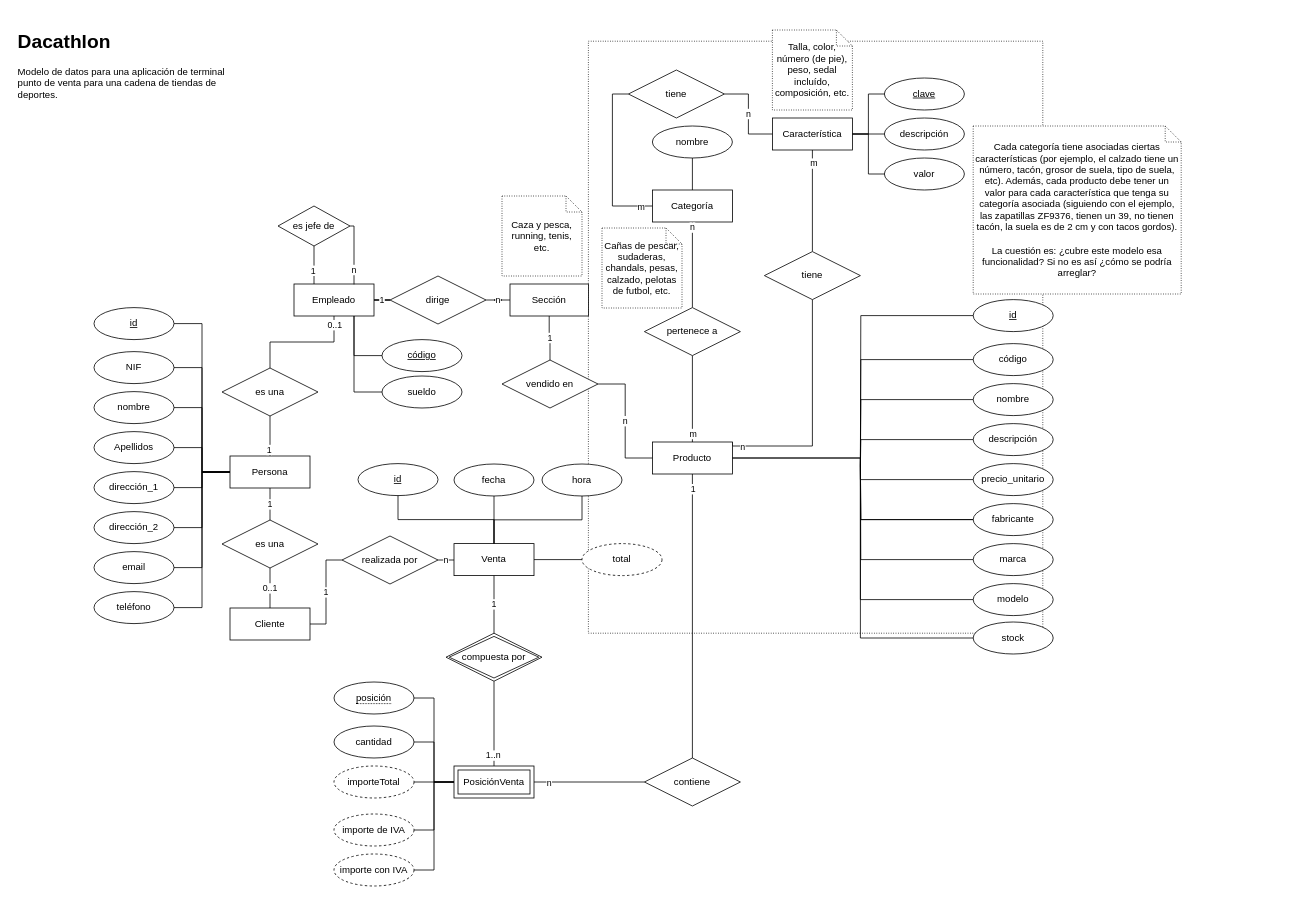
Above: page "Modificado" (2 of 2) of BD/Dacathlon/Dacathlon.drawio in Pattov/clases (draw.io), before the change. Source tidied: cells renumbered, new cells numbered last; positions are measured from the earlier drawing's top-left corner, leaving out a move shared by most shapes. Both pictures are drawn from the tidied source at 80%, with x=0, y=0 at pixel (14, 26).
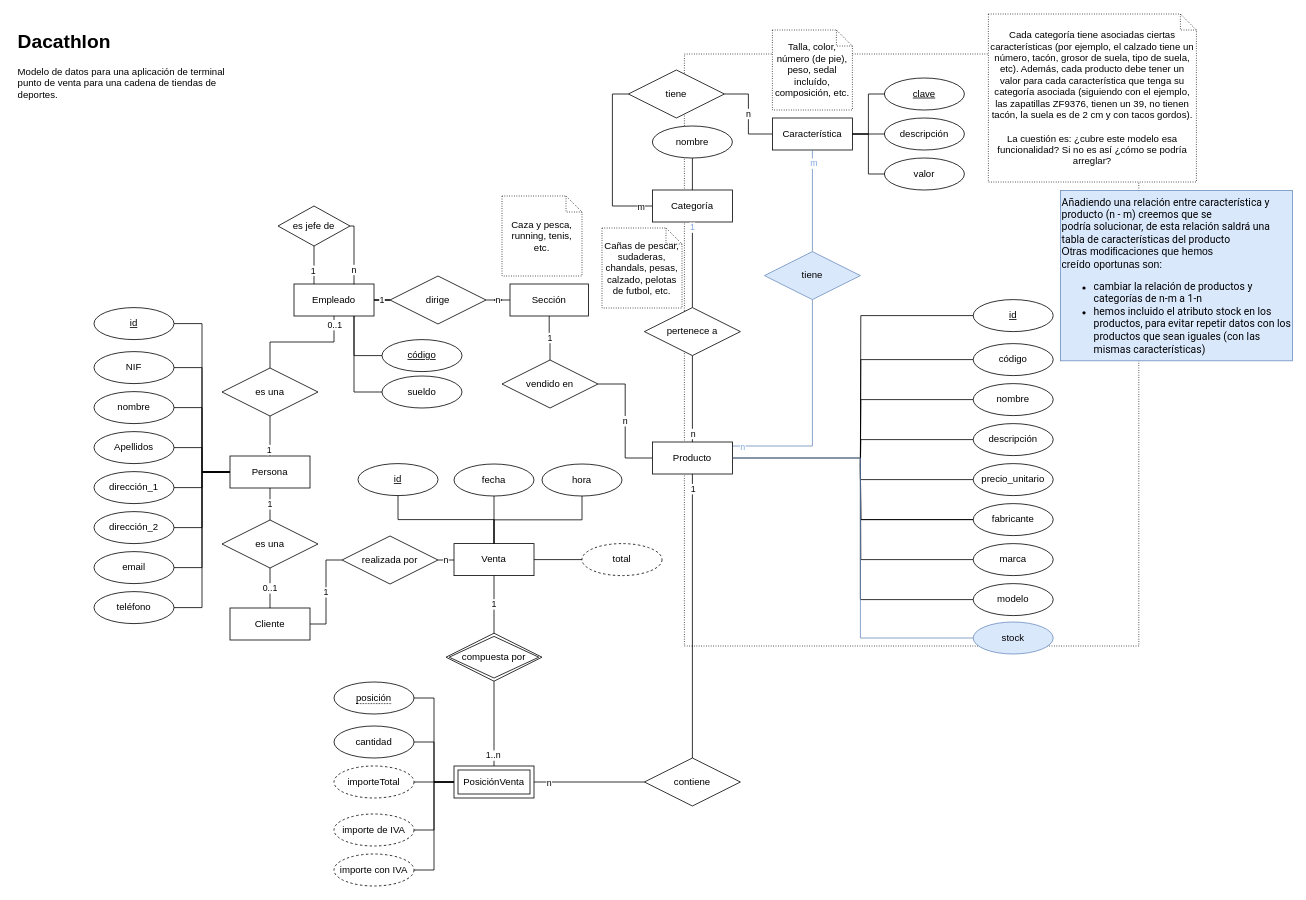
Above is the later version.

The change refers to these unchanged cells:
```xml
<mxCell id="6" value="Producto" style="whiteSpace=wrap;html=1;align=center;" parent="1" vertex="1">
  <mxGeometry x="798" y="520" width="100" height="40" as="geometry" />
</mxCell>
<mxCell id="28" value="Característica" style="whiteSpace=wrap;html=1;align=center;" parent="1" vertex="1">
  <mxGeometry x="948" y="115" width="100" height="40" as="geometry" />
</mxCell>
<mxCell id="86" style="edgeStyle=orthogonalEdgeStyle;rounded=0;jettySize=auto;html=1;entryX=0.5;entryY=1;entryDx=0;entryDy=0;endArrow=none;endFill=0;" parent="1" edge="1" source="90" target="7">
  <mxGeometry relative="1" as="geometry" />
</mxCell>
<mxCell id="88" style="edgeStyle=orthogonalEdgeStyle;rounded=0;jettySize=auto;html=1;entryX=0.5;entryY=0;entryDx=0;entryDy=0;endArrow=none;endFill=0;" parent="1" edge="1" source="90" target="6">
  <mxGeometry relative="1" as="geometry" />
</mxCell>
```

Change to the diagram source:
```diff
@@
     <mxCell id="2" style="rounded=0;whiteSpace=wrap;html=1;dashed=1;dashPattern=1 2;" parent="1" vertex="1">
-      <mxGeometry x="718" y="19" width="568" height="740" as="geometry" />
+      <mxGeometry x="838" y="35" width="568" height="740" as="geometry" />
     </mxCell>
@@
-    <mxCell id="4" style="edgeStyle=orthogonalEdgeStyle;rounded=0;jettySize=auto;html=1;exitX=1;exitY=0;exitDx=0;exitDy=0;entryX=0.5;entryY=1;entryDx=0;entryDy=0;endArrow=none;endFill=0;" parent="1" edge="1" source="6" target="124">
+    <mxCell id="4" style="edgeStyle=orthogonalEdgeStyle;rounded=0;jettySize=auto;html=1;exitX=1;exitY=0;exitDx=0;exitDy=0;entryX=0.5;entryY=1;entryDx=0;entryDy=0;endArrow=none;endFill=0;fillColor=#dae8fc;strokeColor=#6c8ebf;" parent="1" edge="1" source="6" target="124">
       <mxGeometry relative="1" as="geometry">
         <Array as="points">
           <mxPoint x="898" y="525" />
           <mxPoint x="998" y="525" />
         </Array>
       </mxGeometry>
     </mxCell>
-    <mxCell id="5" value="n" style="edgeLabel;html=1;align=center;verticalAlign=middle;" parent="4" vertex="1">
+    <mxCell id="5" value="n" style="edgeLabel;html=1;align=center;verticalAlign=middle;fontColor=#7EA6E0;" parent="4" vertex="1">
       <mxGeometry x="-0.88" relative="1" as="geometry" />
     </mxCell>
@@
-    <mxCell id="87" value="n" style="edgeLabel;html=1;align=center;verticalAlign=middle;" parent="86" vertex="1">
+    <mxCell id="87" value="1" style="edgeLabel;html=1;align=center;verticalAlign=middle;fontColor=#7EA6E0;" parent="86" vertex="1">
       <mxGeometry x="0.88" y="1" relative="1" as="geometry" />
     </mxCell>
@@
-    <mxCell id="89" value="m" style="edgeLabel;html=1;align=center;verticalAlign=middle;" parent="88" vertex="1">
+    <mxCell id="89" value="n" style="edgeLabel;html=1;align=center;verticalAlign=middle;" parent="88" vertex="1">
       <mxGeometry x="0.79" relative="1" as="geometry" />
     </mxCell>
@@
     <mxCell id="119" value="Cada categoría tiene asociadas ciertas características (por ejemplo, el calzado tiene un número, tacón, grosor de suela, tipo de suela, etc). Además, cada producto debe tener un valor para cada característica que tenga su categoría asociada (siguiendo con el ejemplo, las zapatillas ZF9376, tienen un 39, no tienen tacón, la suela es de 2 cm y con tacos gordos).&lt;br&gt;&lt;br&gt;La cuestión es: ¿cubre este modelo esa funcionalidad? Si no es así ¿cómo se podría arreglar?" style="shape=note;size=20;whiteSpace=wrap;html=1;dashed=1;dashPattern=1 2;" parent="1" vertex="1">
-      <mxGeometry x="1199" y="125" width="260" height="210" as="geometry" />
+      <mxGeometry x="1218" y="-15" width="260" height="210" as="geometry" />
     </mxCell>
@@
-    <mxCell id="122" style="edgeStyle=orthogonalEdgeStyle;rounded=0;jettySize=auto;html=1;entryX=0.5;entryY=1;entryDx=0;entryDy=0;endArrow=none;endFill=0;" parent="1" edge="1" source="124" target="28">
+    <mxCell id="122" style="edgeStyle=orthogonalEdgeStyle;rounded=0;jettySize=auto;html=1;entryX=0.5;entryY=1;entryDx=0;entryDy=0;endArrow=none;endFill=0;fillColor=#dae8fc;strokeColor=#6c8ebf;" parent="1" edge="1" source="124" target="28">
       <mxGeometry relative="1" as="geometry" />
     </mxCell>
-    <mxCell id="123" value="m" style="edgeLabel;html=1;align=center;verticalAlign=middle;" parent="122" vertex="1">
+    <mxCell id="123" value="m" style="edgeLabel;html=1;align=center;verticalAlign=middle;fontColor=#7EA6E0;" parent="122" vertex="1">
       <mxGeometry x="0.75" y="-1" relative="1" as="geometry" />
     </mxCell>
-    <mxCell id="124" value="tiene" style="shape=rhombus;perimeter=rhombusPerimeter;whiteSpace=wrap;html=1;align=center;" parent="1" vertex="1">
+    <mxCell id="124" value="tiene" style="shape=rhombus;perimeter=rhombusPerimeter;whiteSpace=wrap;html=1;align=center;fillColor=#dae8fc;strokeColor=#6c8ebf;" parent="1" vertex="1">
       <mxGeometry x="938" y="282" width="120" height="60" as="geometry" />
     </mxCell>
-    <mxCell id="125" style="edgeStyle=orthogonalEdgeStyle;rounded=0;jettySize=auto;html=1;exitX=0;exitY=0.5;exitDx=0;exitDy=0;entryX=1;entryY=0.5;entryDx=0;entryDy=0;endArrow=none;endFill=0;" parent="1" edge="1" source="126" target="6">
+    <mxCell id="125" style="edgeStyle=orthogonalEdgeStyle;rounded=0;jettySize=auto;html=1;entryX=1;entryY=0.5;entryDx=0;entryDy=0;fontColor=#7EA6E0;endArrow=none;endFill=0;fillColor=#dae8fc;strokeColor=#6c8ebf;" parent="1" edge="1" source="126" target="6">
       <mxGeometry relative="1" as="geometry">
         <Array as="points">
           <mxPoint x="1058" y="765" />
           <mxPoint x="1058" y="540" />
         </Array>
       </mxGeometry>
     </mxCell>
-    <mxCell id="126" value="stock" style="ellipse;whiteSpace=wrap;html=1;align=center;" parent="1" vertex="1">
+    <mxCell id="126" value="stock" style="ellipse;whiteSpace=wrap;html=1;align=center;fillColor=#dae8fc;strokeColor=#6c8ebf;" parent="1" vertex="1">
       <mxGeometry x="1199" y="745" width="100" height="40" as="geometry" />
     </mxCell>
+    <mxCell id="127" value="&lt;font face=&quot;Roboto, RobotoDraft, Helvetica, Arial, sans-serif&quot;&gt;&lt;span style=&quot;font-size: 13px&quot;&gt;Añadiendo una relación entre característica&amp;nbsp;y producto (n - m) creemos que se podría&amp;nbsp;solucionar, de esta relación saldrá&amp;nbsp;una tabla de características&amp;nbsp;del producto&lt;/span&gt;&lt;/font&gt;&lt;br&gt;&lt;font face=&quot;Arial&quot;&gt;&lt;span style=&quot;font-size: 13px&quot;&gt;Otras modificaciones que hemos creído&amp;nbsp;oportunas son:&lt;/span&gt;&lt;/font&gt;&lt;br&gt;&lt;ul&gt;&lt;li&gt;&lt;font face=&quot;Roboto, RobotoDraft, Helvetica, Arial, sans-serif&quot;&gt;&lt;span style=&quot;font-size: 13px&quot;&gt;cambiar la relación de productos y categorías&amp;nbsp;de n-m a 1-n&lt;/span&gt;&lt;/font&gt;&lt;br&gt;&lt;/li&gt;&lt;li&gt;&lt;font face=&quot;Roboto, RobotoDraft, Helvetica, Arial, sans-serif&quot;&gt;&lt;span style=&quot;font-size: 13px&quot;&gt;hemos incluido el atributo stock en los productos, para evitar repetir datos con los productos&amp;nbsp;que sean iguales (con las mismas características)&lt;/span&gt;&lt;/font&gt;&lt;br&gt;&lt;/li&gt;&lt;/ul&gt;" style="text;whiteSpace=wrap;html=1;fillColor=#dae8fc;strokeColor=#6c8ebf;" parent="1" vertex="1">
+      <mxGeometry x="1308" y="205.5" width="290" height="213" as="geometry" />
+    </mxCell>
```
